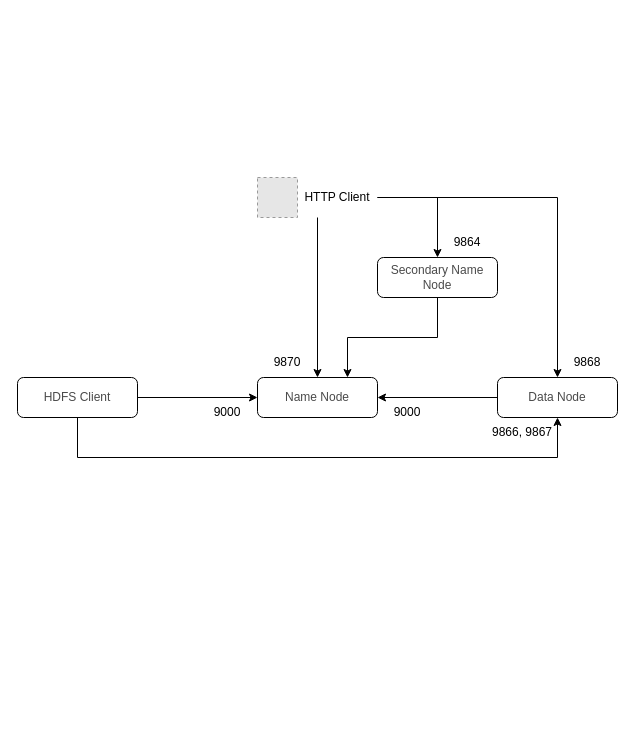
mata-elang-stable/DevelopersGuide keeps this draw.io diagram as page "Hadoop HDFS" (8 of 12) of Developer's Guide/MataElang Services.drawio. Above is the earlier version. Source tidied: cells renumbered, new cells numbered last; positions are measured from the earlier drawing's top-left corner, leaving out a move shared by most shapes. Both pictures are drawn from the tidied source at 100%, with x=0, y=0 at pixel (17, 177). Pictures stored in the file or linked from it are replaced by grey dashed boxes.
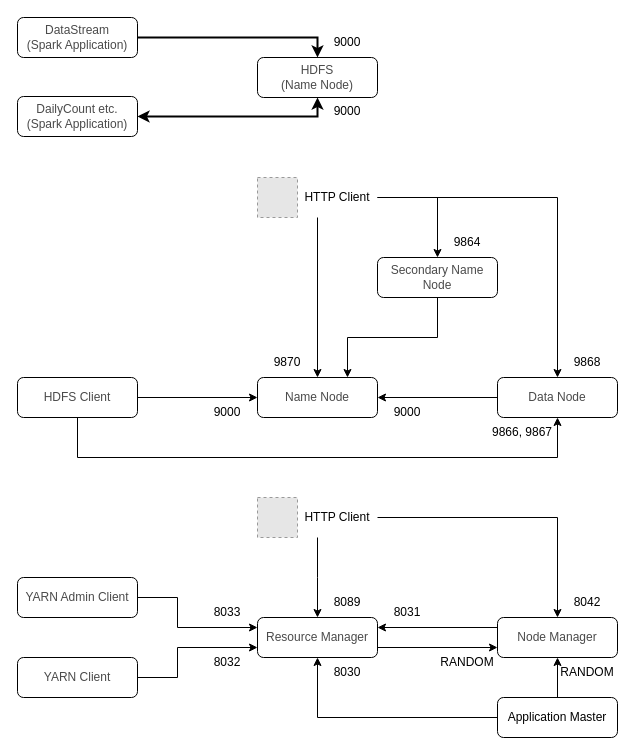
The same page after the edit.

The change refers to these unchanged cells:
```xml
<mxCell id="2" style="group;" parent="1" vertex="1">
  <mxGeometry width="600" height="280" as="geometry" />
</mxCell>
<mxCell id="8" value="HTTP Client" style="rounded=1;whiteSpace=wrap;html=1;fontSize=12;glass=0;strokeWidth=1;shadow=0;strokeColor=none;fillColor=none;" parent="7" vertex="1">
  <mxGeometry x="40" width="80" height="40" as="geometry" />
</mxCell>
<mxCell id="21" value="&lt;font color=&quot;#4a4a4a&quot;&gt;Data Node&lt;/font&gt;" style="rounded=1;whiteSpace=wrap;html=1;fontSize=12;glass=0;strokeWidth=1;shadow=0;" parent="2" vertex="1">
  <mxGeometry x="480" y="200" width="120" height="40" as="geometry" />
</mxCell>
```

Diff of the diagram source:
```diff
@@
     <mxCell id="12" style="endArrow=classic;html=1;rounded=0;edgeStyle=orthogonalEdgeStyle;exitX=1;exitY=0.5;exitDx=0;exitDy=0;entryX=0.5;entryY=0;entryDx=0;entryDy=0;" parent="2" edge="1" source="8" target="21">
-      <mxGeometry relative="1" as="geometry" />
+      <mxGeometry relative="1" as="geometry">
+        <Array as="points">
+          <mxPoint x="540" y="20" />
+        </Array>
+      </mxGeometry>
     </mxCell>
@@
+    <mxCell id="23" style="group;" parent="1" vertex="1">
+      <mxGeometry y="320" width="600" height="240" as="geometry" />
+    </mxCell>
+    <mxCell id="24" value="&lt;font color=&quot;#4a4a4a&quot;&gt;Resource Manager&lt;/font&gt;" style="rounded=1;whiteSpace=wrap;html=1;fontSize=12;glass=0;strokeWidth=1;shadow=0;" parent="23" vertex="1">
+      <mxGeometry x="240" y="120" width="120" height="40" as="geometry" />
+    </mxCell>
+    <mxCell id="25" value="8089" style="text;html=1;strokeColor=none;fillColor=none;align=center;verticalAlign=middle;whiteSpace=wrap;rounded=0;" parent="23" vertex="1">
+      <mxGeometry x="300" y="90" width="60" height="30" as="geometry" />
+    </mxCell>
+    <mxCell id="26" style="group;" parent="23" vertex="1">
+      <mxGeometry x="240" width="120" height="40" as="geometry" />
+    </mxCell>
+    <mxCell id="27" value="HTTP Client" style="rounded=1;whiteSpace=wrap;html=1;fontSize=12;glass=0;strokeWidth=1;shadow=0;strokeColor=none;fillColor=none;" parent="26" vertex="1">
+      <mxGeometry x="40" width="80" height="40" as="geometry" />
+    </mxCell>
+    <mxCell id="28" style="fillColor=#E6E6E6;strokeColor=#999999;dashed=1;verticalLabelPosition=bottom;labelBackgroundColor=#ffffff;verticalAlign=top;" parent="26" vertex="1">
+      <mxGeometry width="40" height="40" as="geometry" />
+    </mxCell>
+    <mxCell id="29" style="endArrow=classic;html=1;rounded=0;edgeStyle=orthogonalEdgeStyle;exitX=0.25;exitY=1;exitDx=0;exitDy=0;" parent="23" edge="1" source="27">
+      <mxGeometry relative="1" as="geometry">
+        <mxPoint x="300" y="120" as="targetPoint" />
+      </mxGeometry>
+    </mxCell>
+    <mxCell id="30" value="&lt;font color=&quot;#4a4a4a&quot;&gt;Node Manager&lt;/font&gt;" style="rounded=1;whiteSpace=wrap;html=1;fontSize=12;glass=0;strokeWidth=1;shadow=0;" parent="23" vertex="1">
+      <mxGeometry x="480" y="120" width="120" height="40" as="geometry" />
+    </mxCell>
+    <mxCell id="31" style="endArrow=classic;html=1;rounded=0;edgeStyle=orthogonalEdgeStyle;exitX=1;exitY=0.5;exitDx=0;exitDy=0;entryX=0.5;entryY=0;entryDx=0;entryDy=0;" parent="23" edge="1" source="27" target="30">
+      <mxGeometry relative="1" as="geometry" />
+    </mxCell>
+    <mxCell id="32" value="8042" style="text;html=1;strokeColor=none;fillColor=none;align=center;verticalAlign=middle;whiteSpace=wrap;rounded=0;" parent="23" vertex="1">
+      <mxGeometry x="540" y="90" width="60" height="30" as="geometry" />
+    </mxCell>
+    <mxCell id="33" style="endArrow=none;html=1;rounded=0;edgeStyle=orthogonalEdgeStyle;entryX=0;entryY=0.25;entryDx=0;entryDy=0;exitX=1;exitY=0.25;exitDx=0;exitDy=0;startArrow=classic;startFill=1;endFill=0;" parent="23" edge="1" source="24" target="30">
+      <mxGeometry relative="1" as="geometry" />
+    </mxCell>
+    <mxCell id="34" value="8032" style="text;html=1;strokeColor=none;fillColor=none;align=center;verticalAlign=middle;whiteSpace=wrap;rounded=0;" parent="23" vertex="1">
+      <mxGeometry x="180" y="150" width="60" height="30" as="geometry" />
+    </mxCell>
+    <mxCell id="35" value="8030" style="text;html=1;strokeColor=none;fillColor=none;align=center;verticalAlign=middle;whiteSpace=wrap;rounded=0;" parent="23" vertex="1">
+      <mxGeometry x="300" y="160" width="60" height="30" as="geometry" />
+    </mxCell>
+    <mxCell id="36" value="Application Master" style="rounded=1;whiteSpace=wrap;html=1;fontSize=12;glass=0;strokeWidth=1;shadow=0;" parent="23" vertex="1">
+      <mxGeometry x="480" y="200" width="120" height="40" as="geometry" />
+    </mxCell>
+    <mxCell id="37" style="endArrow=classic;html=1;rounded=0;edgeStyle=orthogonalEdgeStyle;exitX=0;exitY=0.5;exitDx=0;exitDy=0;entryX=0.5;entryY=1;entryDx=0;entryDy=0;" parent="23" edge="1" source="36" target="24">
+      <mxGeometry relative="1" as="geometry" />
+    </mxCell>
+    <mxCell id="38" style="endArrow=none;html=1;rounded=0;edgeStyle=orthogonalEdgeStyle;entryX=1;entryY=0.75;entryDx=0;entryDy=0;exitX=0;exitY=0.75;exitDx=0;exitDy=0;startArrow=classic;startFill=1;endFill=0;" parent="23" edge="1" source="30" target="24">
+      <mxGeometry relative="1" as="geometry" />
+    </mxCell>
+    <mxCell id="39" value="8031" style="text;html=1;strokeColor=none;fillColor=none;align=center;verticalAlign=middle;whiteSpace=wrap;rounded=0;" parent="23" vertex="1">
+      <mxGeometry x="360" y="100" width="60" height="30" as="geometry" />
+    </mxCell>
+    <mxCell id="40" value="8033" style="text;html=1;strokeColor=none;fillColor=none;align=center;verticalAlign=middle;whiteSpace=wrap;rounded=0;" parent="23" vertex="1">
+      <mxGeometry x="180" y="100" width="60" height="30" as="geometry" />
+    </mxCell>
+    <mxCell id="41" value="RANDOM" style="text;html=1;strokeColor=none;fillColor=none;align=center;verticalAlign=middle;whiteSpace=wrap;rounded=0;" parent="23" vertex="1">
+      <mxGeometry x="420" y="150" width="60" height="30" as="geometry" />
+    </mxCell>
+    <mxCell id="42" value="&lt;font color=&quot;#4a4a4a&quot;&gt;YARN Client&lt;/font&gt;" style="rounded=1;whiteSpace=wrap;html=1;fontSize=12;glass=0;strokeWidth=1;shadow=0;" parent="23" vertex="1">
+      <mxGeometry y="160" width="120" height="40" as="geometry" />
+    </mxCell>
+    <mxCell id="43" value="&lt;span style=&quot;color: rgb(74 , 74 , 74)&quot;&gt;YARN Admin Client&lt;/span&gt;" style="rounded=1;whiteSpace=wrap;html=1;fontSize=12;glass=0;strokeWidth=1;shadow=0;" parent="23" vertex="1">
+      <mxGeometry y="80" width="120" height="40" as="geometry" />
+    </mxCell>
+    <mxCell id="44" style="endArrow=classic;html=1;rounded=0;exitX=1;exitY=0.5;exitDx=0;exitDy=0;entryX=0;entryY=0.75;entryDx=0;entryDy=0;edgeStyle=orthogonalEdgeStyle;" parent="23" edge="1" source="42" target="24">
+      <mxGeometry relative="1" as="geometry">
+        <Array as="points">
+          <mxPoint x="160" y="180" />
+          <mxPoint x="160" y="150" />
+        </Array>
+      </mxGeometry>
+    </mxCell>
+    <mxCell id="45" style="endArrow=classic;html=1;rounded=0;exitX=1;exitY=0.5;exitDx=0;exitDy=0;entryX=0;entryY=0.25;entryDx=0;entryDy=0;edgeStyle=orthogonalEdgeStyle;" parent="23" edge="1" source="43" target="24">
+      <mxGeometry relative="1" as="geometry">
+        <Array as="points">
+          <mxPoint x="160" y="100" />
+          <mxPoint x="160" y="130" />
+        </Array>
+      </mxGeometry>
+    </mxCell>
+    <mxCell id="46" style="endArrow=classic;html=1;rounded=0;edgeStyle=orthogonalEdgeStyle;entryX=0.5;entryY=1;entryDx=0;entryDy=0;exitX=0.5;exitY=0;exitDx=0;exitDy=0;" parent="23" edge="1" source="36" target="30">
+      <mxGeometry relative="1" as="geometry" />
+    </mxCell>
+    <mxCell id="47" value="RANDOM" style="text;html=1;strokeColor=none;fillColor=none;align=center;verticalAlign=middle;whiteSpace=wrap;rounded=0;" parent="23" vertex="1">
+      <mxGeometry x="540" y="160" width="60" height="30" as="geometry" />
+    </mxCell>
+    <mxCell id="48" style="group;" parent="1" vertex="1">
+      <mxGeometry y="-160" width="360" height="119" as="geometry" />
+    </mxCell>
+    <mxCell id="49" value="&lt;font color=&quot;#4a4a4a&quot;&gt;&lt;span style=&quot;background-color: rgb(255 , 255 , 255)&quot;&gt;DataStream&lt;br&gt;(Spark Application)&lt;br&gt;&lt;/span&gt;&lt;/font&gt;" style="rounded=1;whiteSpace=wrap;html=1;fontSize=12;glass=0;strokeWidth=1;shadow=0;" parent="48" vertex="1">
+      <mxGeometry width="120" height="40" as="geometry" />
+    </mxCell>
+    <mxCell id="50" value="&lt;font color=&quot;#4a4a4a&quot;&gt;&lt;span style=&quot;background-color: rgb(255 , 255 , 255)&quot;&gt;HDFS&lt;br&gt;(Name Node)&lt;br&gt;&lt;/span&gt;&lt;/font&gt;" style="rounded=1;whiteSpace=wrap;html=1;fontSize=12;glass=0;strokeWidth=1;shadow=0;" parent="48" vertex="1">
+      <mxGeometry x="240" y="40" width="120" height="40" as="geometry" />
+    </mxCell>
+    <mxCell id="51" value="&lt;font color=&quot;#4a4a4a&quot;&gt;&lt;span style=&quot;background-color: rgb(255 , 255 , 255)&quot;&gt;DailyCount etc.&lt;br&gt;(Spark Application)&lt;br&gt;&lt;/span&gt;&lt;/font&gt;" style="rounded=1;whiteSpace=wrap;html=1;fontSize=12;glass=0;strokeWidth=1;shadow=0;" parent="48" vertex="1">
+      <mxGeometry y="79" width="120" height="40" as="geometry" />
+    </mxCell>
+    <mxCell id="52" style="endArrow=classic;html=1;rounded=0;edgeStyle=orthogonalEdgeStyle;exitX=1;exitY=0.5;exitDx=0;exitDy=0;entryX=0.5;entryY=0;entryDx=0;entryDy=0;strokeWidth=2;" parent="48" edge="1" source="49" target="50">
+      <mxGeometry relative="1" as="geometry" />
+    </mxCell>
+    <mxCell id="53" style="endArrow=classic;html=1;rounded=0;exitX=0.5;exitY=1;exitDx=0;exitDy=0;startArrow=classic;startFill=1;strokeWidth=2;entryX=1;entryY=0.5;entryDx=0;entryDy=0;edgeStyle=orthogonalEdgeStyle;" parent="48" edge="1" source="50" target="51">
+      <mxGeometry relative="1" as="geometry" />
+    </mxCell>
+    <mxCell id="54" value="9000" style="text;html=1;strokeColor=none;fillColor=none;align=center;verticalAlign=middle;whiteSpace=wrap;rounded=0;" parent="48" vertex="1">
+      <mxGeometry x="300" y="10" width="60" height="30" as="geometry" />
+    </mxCell>
+    <mxCell id="55" value="9000" style="text;html=1;strokeColor=none;fillColor=none;align=center;verticalAlign=middle;whiteSpace=wrap;rounded=0;" parent="48" vertex="1">
+      <mxGeometry x="300" y="79" width="60" height="30" as="geometry" />
+    </mxCell>
```
